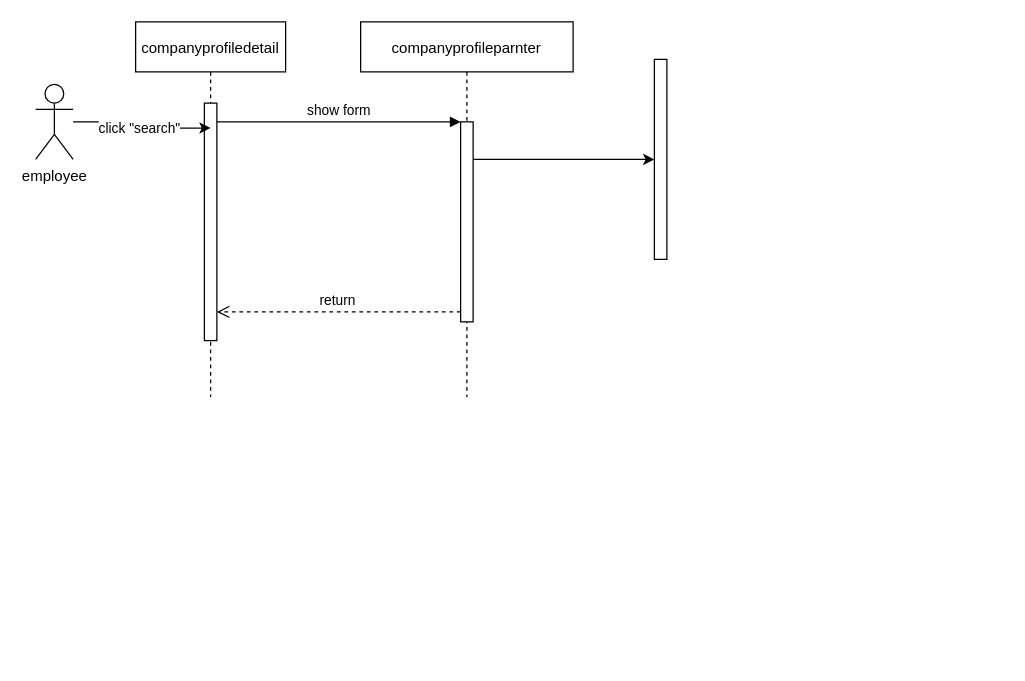
yi2003/diagram keeps this draw.io diagram as link_partner.drawio. Above is the earlier version. Source tidied: cells renumbered, new cells numbered last; positions are measured from the earlier drawing's top-left corner, leaving out a move shared by most shapes. Both pictures are drawn from the tidied source at 125%, with x=0, y=0 at pixel (35, 21).
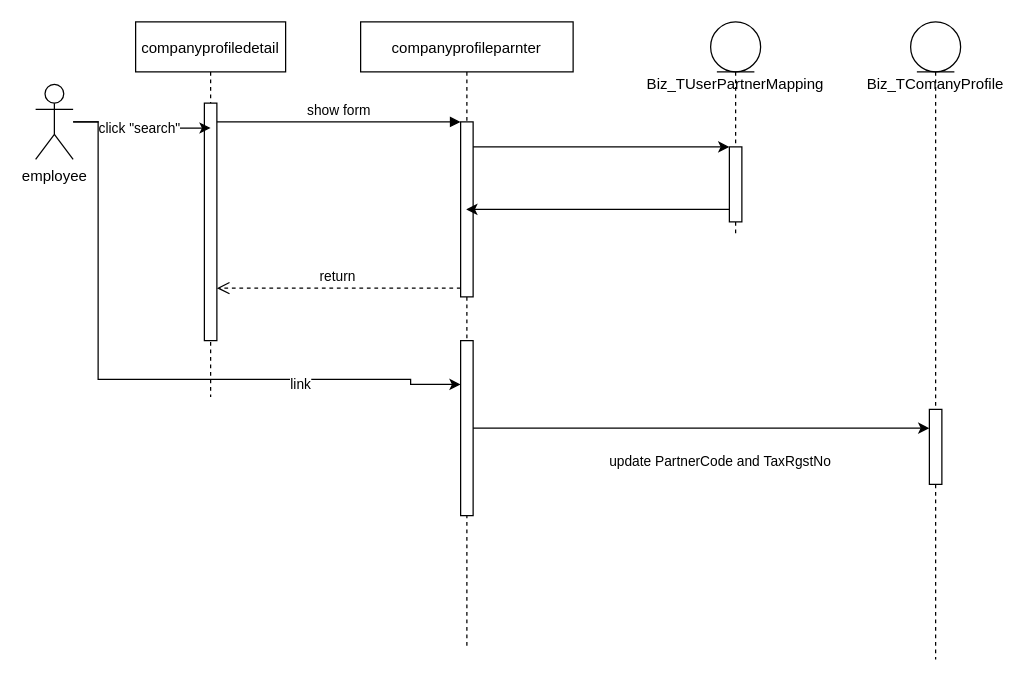
After the change.

Unchanged cells that the change refers to:
```xml
<mxCell id="9" value="employee" style="shape=umlActor;verticalLabelPosition=bottom;verticalAlign=top;html=1;" parent="1" vertex="1">
  <mxGeometry y="50" width="30" height="60" as="geometry" />
</mxCell>
```

Diff of the diagram source:
```diff
@@
     <mxCell id="4" value="companyprofileparnter" style="shape=umlLifeline;perimeter=lifelinePerimeter;rounded=0;shadow=0;strokeWidth=1;" parent="1" vertex="1">
-      <mxGeometry x="260" width="170" height="300" as="geometry" />
+      <mxGeometry x="260" width="170" height="500" as="geometry" />
     </mxCell>
     <mxCell id="5" style="points=[];perimeter=orthogonalPerimeter;rounded=0;shadow=0;strokeWidth=1;" parent="4" vertex="1">
-      <mxGeometry x="80" y="80" width="10" height="160" as="geometry" />
+      <mxGeometry x="80" y="80" width="10" height="140" as="geometry" />
     </mxCell>
+    <mxCell id="12" style="points=[];perimeter=orthogonalPerimeter;rounded=0;shadow=0;strokeWidth=1;" parent="4" vertex="1">
+      <mxGeometry x="80" y="255" width="10" height="140" as="geometry" />
+    </mxCell>
@@
+    <mxCell id="13" style="edgeStyle=orthogonalEdgeStyle;rounded=0;jettySize=auto;html=1;" parent="1" edge="1" source="9">
+      <mxGeometry relative="1" as="geometry">
+        <mxPoint x="340" y="290" as="targetPoint" />
+        <Array as="points">
+          <mxPoint x="50" y="80" />
+          <mxPoint x="50" y="286" />
+          <mxPoint x="300" y="286" />
+          <mxPoint x="300" y="290" />
+          <mxPoint x="339" y="290" />
+        </Array>
+      </mxGeometry>
+    </mxCell>
+    <mxCell id="14" value="link" style="edgeLabel;html=1;align=center;verticalAlign=middle;" parent="13" vertex="1">
+      <mxGeometry x="0.49" y="-3" relative="1" as="geometry" />
+    </mxCell>
@@
+    <mxCell id="11" style="edgeStyle=orthogonalEdgeStyle;rounded=0;jettySize=auto;html=1;" parent="1" edge="1" source="5" target="10">
+      <mxGeometry relative="1" as="geometry">
+        <Array as="points">
+          <mxPoint x="480" y="100" />
+          <mxPoint x="480" y="100" />
+        </Array>
+      </mxGeometry>
+    </mxCell>
+    <mxCell id="15" value="Biz_TUserPartnerMapping" style="shape=umlLifeline;participant=umlEntity;perimeter=lifelinePerimeter;whiteSpace=wrap;html=1;verticalAlign=top;spacingTop=36;" parent="1" vertex="1">
+      <mxGeometry x="540" width="40" height="170" as="geometry" />
+    </mxCell>
-    <mxCell id="10" style="points=[];perimeter=orthogonalPerimeter;rounded=0;shadow=0;strokeWidth=1;" parent="1" vertex="1">
-      <mxGeometry x="495" y="30" width="10" height="160" as="geometry" />
+    <mxCell id="10" style="points=[];perimeter=orthogonalPerimeter;rounded=0;shadow=0;strokeWidth=1;" parent="15" vertex="1">
+      <mxGeometry x="15" y="100" width="10" height="60" as="geometry" />
     </mxCell>
-    <mxCell id="11" style="edgeStyle=orthogonalEdgeStyle;rounded=0;jettySize=auto;html=1;" parent="1" edge="1" source="5" target="10">
-      <mxGeometry relative="1" as="geometry">
-        <Array as="points">
-          <mxPoint x="370" y="110" />
-          <mxPoint x="370" y="110" />
-        </Array>
-      </mxGeometry>
-    </mxCell>
+    <mxCell id="16" style="edgeStyle=orthogonalEdgeStyle;rounded=0;jettySize=auto;html=1;" parent="1" edge="1" source="10" target="4">
+      <mxGeometry relative="1" as="geometry">
+        <Array as="points">
+          <mxPoint x="520" y="150" />
+          <mxPoint x="520" y="150" />
+        </Array>
+      </mxGeometry>
+    </mxCell>
+    <mxCell id="17" value="Biz_TComanyProfile" style="shape=umlLifeline;participant=umlEntity;perimeter=lifelinePerimeter;whiteSpace=wrap;html=1;verticalAlign=top;spacingTop=36;" parent="1" vertex="1">
+      <mxGeometry x="700" width="40" height="510" as="geometry" />
+    </mxCell>
+    <mxCell id="18" style="points=[];perimeter=orthogonalPerimeter;rounded=0;shadow=0;strokeWidth=1;" parent="17" vertex="1">
+      <mxGeometry x="15" y="310" width="10" height="60" as="geometry" />
+    </mxCell>
+    <mxCell id="19" value="update&amp;nbsp;PartnerCode and&amp;nbsp;TaxRgstNo&amp;nbsp;" style="edgeStyle=orthogonalEdgeStyle;rounded=0;jettySize=auto;html=1;" parent="1" edge="1" source="12" target="18">
+      <mxGeometry x="0.09" y="-27" relative="1" as="geometry">
+        <Array as="points">
+          <mxPoint x="720" y="325" />
+          <mxPoint x="720" y="325" />
+        </Array>
+      </mxGeometry>
+    </mxCell>
```
